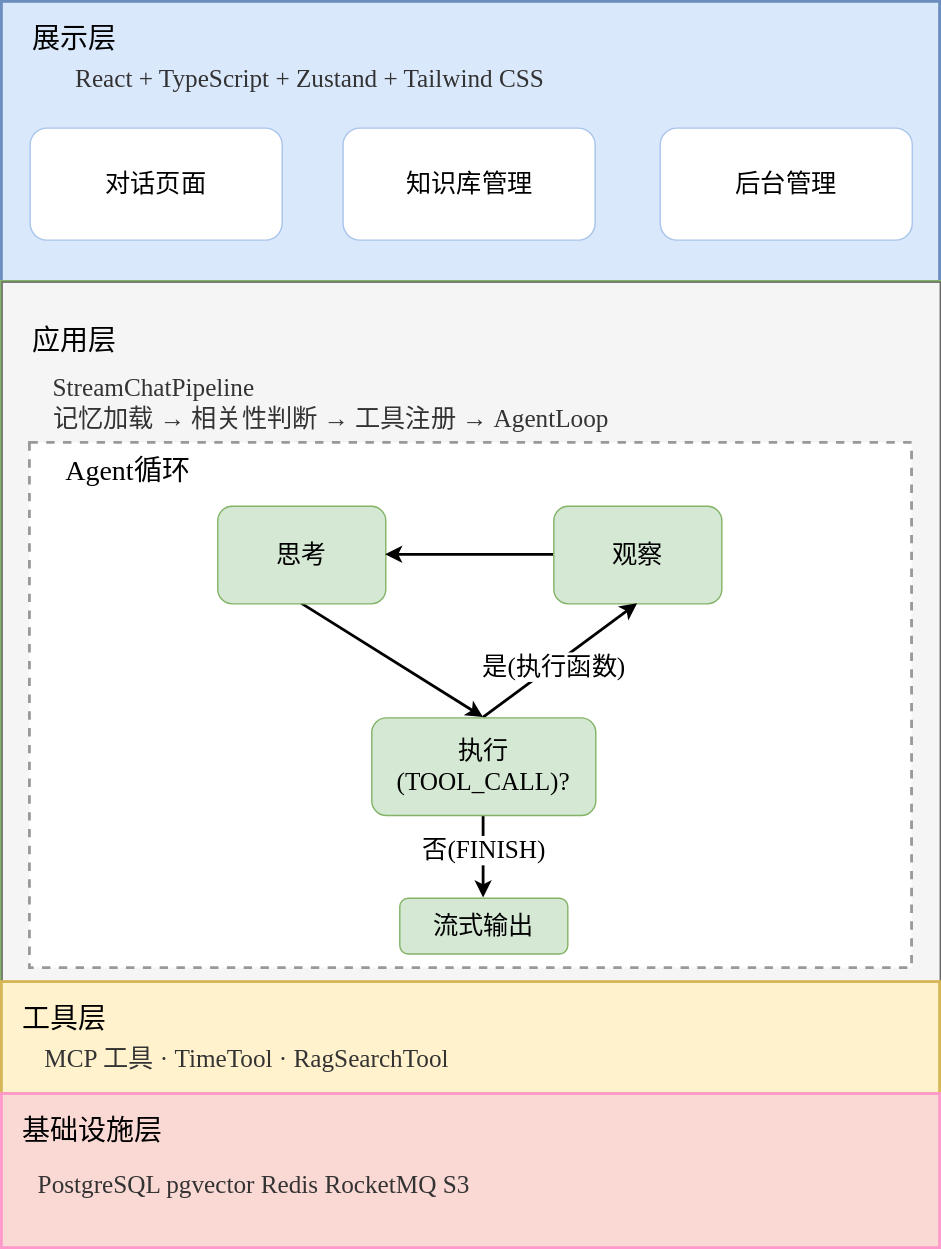
ByteQ7/RAGStudio keeps this draw.io diagram as docs/assets/architecture.svg. Above is the earlier version. Source tidied: cells renumbered, new cells last; positions are measured from the earlier drawing's top-left corner, leaving out a move shared by most shapes.
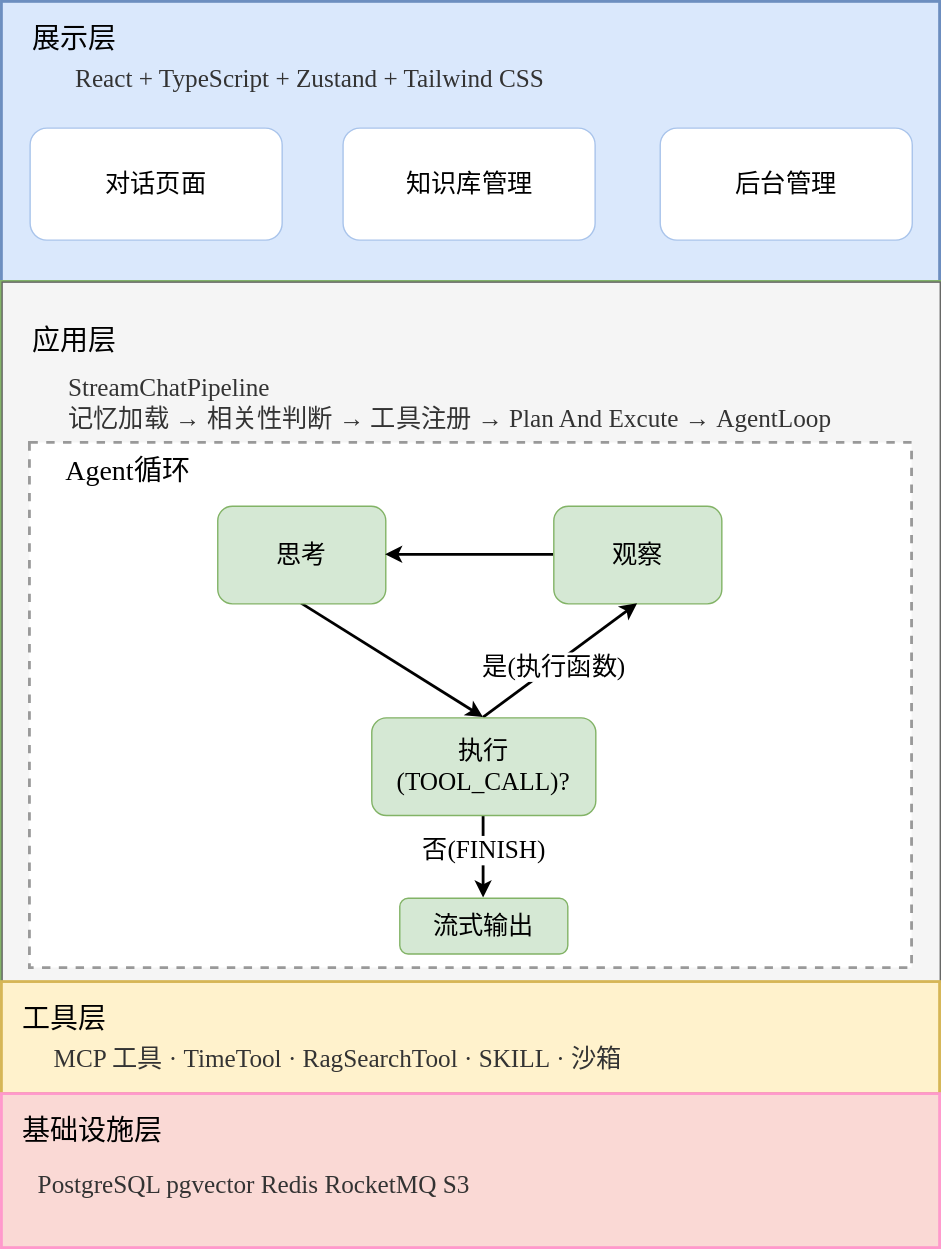
Later version of the same file.

The edit, as a diff of the source:
```diff
@@ -41,8 +41,8 @@
     <mxCell id="14" value="Agent循环" style="text;html=1;whiteSpace=wrap;strokeColor=none;fillColor=none;align=center;verticalAlign=middle;rounded=0;fontFamily=霞鹜文楷等宽;fontSize=20;fontColor=#000000;" parent="10" vertex="1">
       <mxGeometry x="40" y="116.3" width="100" height="34.9" as="geometry" />
     </mxCell>
-    <mxCell id="15" value="&lt;div style=&quot;text-align: left;&quot;&gt;StreamChatPipeline&lt;/div&gt;&lt;div style=&quot;text-align: left;&quot;&gt;记忆加载 → 相关性判断 → 工具注册 → AgentLoop&lt;/div&gt;" style="text;html=1;whiteSpace=wrap;strokeColor=none;fillColor=none;align=center;verticalAlign=middle;rounded=0;fontFamily=霞鹜文楷等宽;fontSize=18;fontColor=#333333;" parent="10" vertex="1">
-      <mxGeometry x="20" y="58.1" width="430" height="58.1" as="geometry" />
+    <mxCell id="15" value="&lt;div style=&quot;text-align: left;&quot;&gt;StreamChatPipeline&lt;/div&gt;&lt;div style=&quot;text-align: left;&quot;&gt;记忆加载 → 相关性判断 → 工具注册 → Plan And Excute&amp;nbsp;&lt;span style=&quot;white-space: pre-wrap; background-color: transparent;&quot;&gt;→&lt;/span&gt;&lt;span style=&quot;background-color: transparent; color: light-dark(rgb(51, 51, 51), rgb(193, 193, 193));&quot;&gt;&amp;nbsp;AgentLoop&lt;/span&gt;&lt;/div&gt;" style="text;html=1;whiteSpace=wrap;strokeColor=none;fillColor=none;align=center;verticalAlign=middle;rounded=0;fontFamily=霞鹜文楷等宽;fontSize=18;fontColor=#333333;" parent="10" vertex="1">
+      <mxGeometry x="20" y="58.1" width="600" height="58.1" as="geometry" />
     </mxCell>
     <mxCell id="16" style="rounded=0;jettySize=auto;html=1;entryX=0.5;entryY=0;entryDx=0;entryDy=0;strokeWidth=2;exitX=0.5;exitY=1;exitDx=0;exitDy=0;" parent="10" edge="1" source="17" target="24">
       <mxGeometry relative="1" as="geometry" />
@@ -80,8 +80,8 @@
     <mxCell id="27" value="工具层" style="text;html=1;whiteSpace=wrap;strokeColor=none;fillColor=none;align=center;verticalAlign=middle;rounded=0;fontSize=20;fontFamily=霞鹜文楷等宽;" parent="1" vertex="1">
       <mxGeometry x="10" y="710" width="70" height="30" as="geometry" />
     </mxCell>
-    <mxCell id="28" value="MCP 工具 · TimeTool · RagSearchTool" style="text;html=1;whiteSpace=wrap;strokeColor=none;fillColor=none;align=center;verticalAlign=middle;rounded=0;fontSize=18;fontFamily=霞鹜文楷等宽;fontColor=#333333;" parent="1" vertex="1">
-      <mxGeometry x="10" y="740" width="330" height="30" as="geometry" />
+    <mxCell id="28" value="MCP 工具 · TimeTool · RagSearchTool · SKILL&amp;nbsp;&lt;span style=&quot;text-align: start; white-space: pre-wrap; background-color: transparent;&quot;&gt;· 沙箱&lt;/span&gt;" style="text;html=1;whiteSpace=wrap;strokeColor=none;fillColor=none;align=center;verticalAlign=middle;rounded=0;fontSize=18;fontFamily=霞鹜文楷等宽;fontColor=#333333;" parent="1" vertex="1">
+      <mxGeometry x="10" y="740" width="460" height="30" as="geometry" />
     </mxCell>
     <mxCell id="29" style="rounded=0;whiteSpace=wrap;html=1;strokeWidth=2;strokeColor=#FF99CC;fillColor=#fad9d5;" parent="1" vertex="1">
       <mxGeometry y="780" width="670" height="110" as="geometry" />
```
